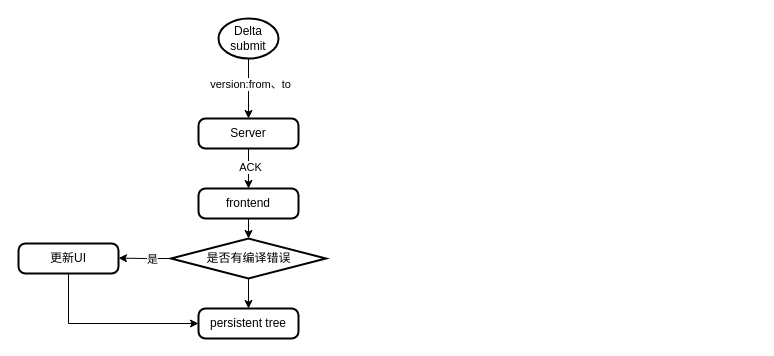
This is CALDICATOR-文档变更一致性.drawio from lance631/notes, a draw.io file, before an edit. Source tidied: cells renumbered, new cells numbered last; positions are measured from the earlier drawing's top-left corner, leaving out a move shared by most shapes. Both pictures are drawn from the tidied source at 100%, with x=0, y=0 at pixel (18, 18).
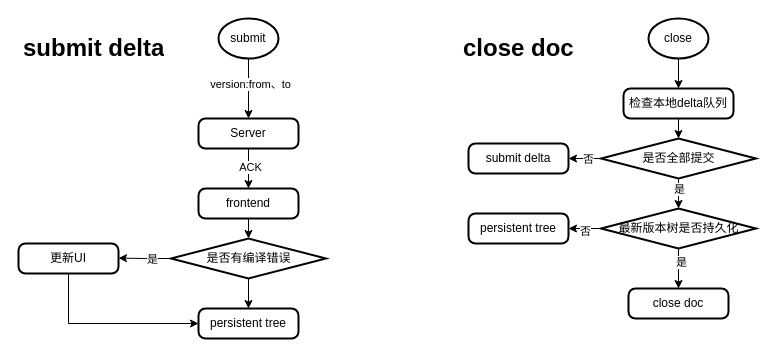
Above is the later version.

Commit message (it also covers changes not shown here):
更新CALDICATOR-文档变更一致性.drawio

What changed in the source:
```diff
@@
-    <mxCell id="4" value="Delta &lt;br&gt;submit" style="strokeWidth=2;html=1;shape=mxgraph.flowchart.start_2;whiteSpace=wrap;" parent="1" vertex="1">
+    <mxCell id="4" value="submit" style="strokeWidth=2;html=1;shape=mxgraph.flowchart.start_2;whiteSpace=wrap;" parent="1" vertex="1">
       <mxGeometry x="200" width="60" height="40" as="geometry" />
     </mxCell>
@@
+    <mxCell id="17" value="&lt;h1&gt;submit delta&lt;/h1&gt;&lt;p&gt;&lt;br&gt;&lt;/p&gt;" style="text;html=1;spacing=5;spacingTop=-20;whiteSpace=wrap;overflow=hidden;rounded=0;" parent="1" vertex="1">
+      <mxGeometry y="10" width="190" height="120" as="geometry" />
+    </mxCell>
+    <mxCell id="18" value="&lt;h1&gt;close doc&lt;/h1&gt;&lt;p&gt;&lt;br&gt;&lt;/p&gt;" style="text;html=1;spacing=5;spacingTop=-20;whiteSpace=wrap;overflow=hidden;rounded=0;" parent="1" vertex="1">
+      <mxGeometry x="440" y="10" width="190" height="120" as="geometry" />
+    </mxCell>
+    <mxCell id="19" style="edgeStyle=orthogonalEdgeStyle;rounded=0;jettySize=auto;html=1;exitX=0.5;exitY=1;exitDx=0;exitDy=0;exitPerimeter=0;entryX=0.5;entryY=0;entryDx=0;entryDy=0;" parent="1" edge="1" source="20" target="21">
+      <mxGeometry relative="1" as="geometry" />
+    </mxCell>
+    <mxCell id="20" value="close" style="strokeWidth=2;html=1;shape=mxgraph.flowchart.start_2;whiteSpace=wrap;" parent="1" vertex="1">
+      <mxGeometry x="630" width="60" height="40" as="geometry" />
+    </mxCell>
+    <mxCell id="21" value="检查本地delta队列" style="rounded=1;whiteSpace=wrap;html=1;absoluteArcSize=1;arcSize=14;strokeWidth=2;" parent="1" vertex="1">
+      <mxGeometry x="605" y="70" width="110" height="30" as="geometry" />
+    </mxCell>
+    <mxCell id="22" style="edgeStyle=orthogonalEdgeStyle;rounded=0;jettySize=auto;html=1;exitX=0;exitY=0.5;exitDx=0;exitDy=0;exitPerimeter=0;entryX=1;entryY=0.5;entryDx=0;entryDy=0;" parent="1" edge="1" source="24" target="25">
+      <mxGeometry relative="1" as="geometry" />
+    </mxCell>
+    <mxCell id="23" value="否" style="edgeLabel;html=1;align=center;verticalAlign=middle;" parent="22" vertex="1">
+      <mxGeometry x="-0.18" relative="1" as="geometry" />
+    </mxCell>
+    <mxCell id="24" value="是否全部提交" style="strokeWidth=2;html=1;shape=mxgraph.flowchart.decision;whiteSpace=wrap;" parent="1" vertex="1">
+      <mxGeometry x="582.5" y="120" width="155" height="40" as="geometry" />
+    </mxCell>
+    <mxCell id="25" value="submit delta" style="rounded=1;whiteSpace=wrap;html=1;absoluteArcSize=1;arcSize=14;strokeWidth=2;" parent="1" vertex="1">
+      <mxGeometry x="450" y="125" width="100" height="30" as="geometry" />
+    </mxCell>
+    <mxCell id="26" style="edgeStyle=orthogonalEdgeStyle;rounded=0;jettySize=auto;html=1;exitX=0.5;exitY=1;exitDx=0;exitDy=0;entryX=0.5;entryY=0;entryDx=0;entryDy=0;entryPerimeter=0;" parent="1" edge="1" source="21" target="24">
+      <mxGeometry relative="1" as="geometry" />
+    </mxCell>
+    <mxCell id="27" style="edgeStyle=orthogonalEdgeStyle;rounded=0;jettySize=auto;html=1;exitX=0;exitY=0.5;exitDx=0;exitDy=0;exitPerimeter=0;entryX=1;entryY=0.5;entryDx=0;entryDy=0;" parent="1" edge="1" source="31" target="32">
+      <mxGeometry relative="1" as="geometry" />
+    </mxCell>
+    <mxCell id="28" value="否" style="edgeLabel;html=1;align=center;verticalAlign=middle;" parent="27" vertex="1">
+      <mxGeometry x="-0.01" y="2" relative="1" as="geometry" />
+    </mxCell>
+    <mxCell id="29" style="edgeStyle=orthogonalEdgeStyle;rounded=0;jettySize=auto;html=1;exitX=0.5;exitY=1;exitDx=0;exitDy=0;exitPerimeter=0;" parent="1" edge="1" source="31">
+      <mxGeometry relative="1" as="geometry">
+        <mxPoint x="660" y="270" as="targetPoint" />
+      </mxGeometry>
+    </mxCell>
+    <mxCell id="30" value="是" style="edgeLabel;html=1;align=center;verticalAlign=middle;" parent="29" vertex="1">
+      <mxGeometry x="-0.36" y="2" relative="1" as="geometry" />
+    </mxCell>
+    <mxCell id="31" value="最新版本树是否持久化" style="strokeWidth=2;html=1;shape=mxgraph.flowchart.decision;whiteSpace=wrap;" parent="1" vertex="1">
+      <mxGeometry x="582.5" y="190" width="155" height="40" as="geometry" />
+    </mxCell>
+    <mxCell id="32" value="persistent tree" style="rounded=1;whiteSpace=wrap;html=1;absoluteArcSize=1;arcSize=14;strokeWidth=2;" parent="1" vertex="1">
+      <mxGeometry x="450" y="195" width="100" height="30" as="geometry" />
+    </mxCell>
+    <mxCell id="33" style="edgeStyle=orthogonalEdgeStyle;rounded=0;jettySize=auto;html=1;exitX=0.5;exitY=1;exitDx=0;exitDy=0;exitPerimeter=0;entryX=0.5;entryY=0;entryDx=0;entryDy=0;entryPerimeter=0;" parent="1" edge="1" source="24" target="31">
+      <mxGeometry relative="1" as="geometry" />
+    </mxCell>
+    <mxCell id="34" value="是" style="edgeLabel;html=1;align=center;verticalAlign=middle;" parent="33" vertex="1">
+      <mxGeometry x="-0.36" relative="1" as="geometry" />
+    </mxCell>
+    <mxCell id="35" value="close doc" style="rounded=1;whiteSpace=wrap;html=1;absoluteArcSize=1;arcSize=14;strokeWidth=2;" parent="1" vertex="1">
+      <mxGeometry x="610" y="270" width="100" height="30" as="geometry" />
+    </mxCell>
```
